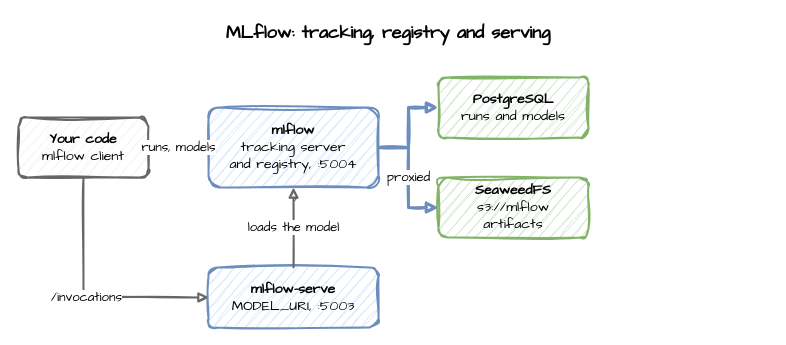
Earlier version of the draw.io diagram docs/images/path-mlflow.drawio (jaehyeon-kim/odctl). Source tidied: cells renumbered, new cells numbered last; positions are measured from the earlier drawing's top-left corner, leaving out a move shared by most shapes. Both pictures are drawn from the tidied source at 100%, with x=0, y=0 at pixel (18, 17).
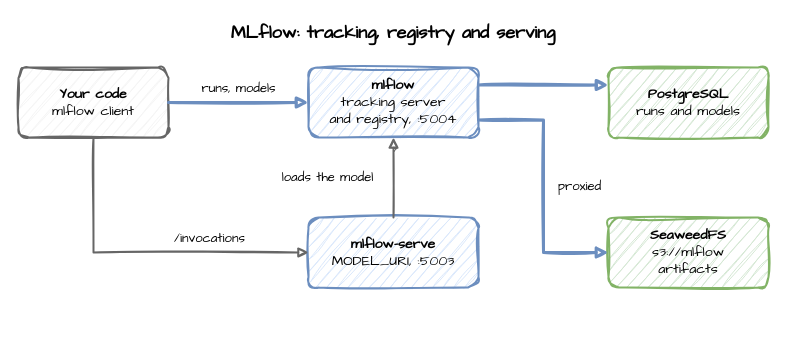
After the change.

Change to the diagram source:
```diff
@@
 <mxGraphModel>
   <root>
     <mxCell id="0" />
     <mxCell id="1" parent="0" />
     <mxCell id="2" value="MLflow: tracking, registry and serving" style="text;html=1;align=center;verticalAlign=middle;whiteSpace=wrap;fontFamily=Comic Sans MS;fontSize=18;fontStyle=1;" parent="1" vertex="1">
-      <mxGeometry width="740" height="30" as="geometry" />
+      <mxGeometry width="750" height="30" as="geometry" />
     </mxCell>
     <mxCell id="3" value="&lt;b&gt;Your code&lt;/b&gt;&lt;br&gt;mlflow client" style="rounded=1;whiteSpace=wrap;html=1;sketch=1;curveFitting=1;jiggle=2;fontFamily=Comic Sans MS;fontSize=14;strokeWidth=2;fillColor=#f5f5f5;strokeColor=#666666;" parent="1" vertex="1">
-      <mxGeometry y="100" width="130" height="60" as="geometry" />
+      <mxGeometry y="50" width="150" height="70" as="geometry" />
     </mxCell>
     <mxCell id="4" value="&lt;b&gt;mlflow&lt;/b&gt;&lt;br&gt;tracking server&lt;br&gt;and registry, :5004" style="rounded=1;whiteSpace=wrap;html=1;sketch=1;curveFitting=1;jiggle=2;fontFamily=Comic Sans MS;fontSize=14;strokeWidth=2;fillColor=#dae8fc;strokeColor=#6c8ebf;" parent="1" vertex="1">
-      <mxGeometry x="190" y="90" width="170" height="80" as="geometry" />
+      <mxGeometry x="290" y="50" width="170" height="70" as="geometry" />
     </mxCell>
     <mxCell id="5" value="&lt;b&gt;PostgreSQL&lt;/b&gt;&lt;br&gt;runs and models" style="rounded=1;whiteSpace=wrap;html=1;sketch=1;curveFitting=1;jiggle=2;fontFamily=Comic Sans MS;fontSize=14;strokeWidth=2;fillColor=#d5e8d4;strokeColor=#82b366;" parent="1" vertex="1">
-      <mxGeometry x="420" y="60" width="150" height="60" as="geometry" />
+      <mxGeometry x="590" y="50" width="160" height="70" as="geometry" />
     </mxCell>
+    <mxCell id="7" value="&lt;b&gt;mlflow-serve&lt;/b&gt;&lt;br&gt;MODEL_URI, :5003" style="rounded=1;whiteSpace=wrap;html=1;sketch=1;curveFitting=1;jiggle=2;fontFamily=Comic Sans MS;fontSize=14;strokeWidth=2;fillColor=#dae8fc;strokeColor=#6c8ebf;" parent="1" vertex="1">
+      <mxGeometry x="290" y="200" width="170" height="70" as="geometry" />
+    </mxCell>
     <mxCell id="6" value="&lt;b&gt;SeaweedFS&lt;/b&gt;&lt;br&gt;s3://mlflow&lt;br&gt;artifacts" style="rounded=1;whiteSpace=wrap;html=1;sketch=1;curveFitting=1;jiggle=2;fontFamily=Comic Sans MS;fontSize=14;strokeWidth=2;fillColor=#d5e8d4;strokeColor=#82b366;" parent="1" vertex="1">
-      <mxGeometry x="420" y="160" width="150" height="60" as="geometry" />
+      <mxGeometry x="590" y="200" width="160" height="70" as="geometry" />
     </mxCell>
-    <mxCell id="7" value="&lt;b&gt;mlflow-serve&lt;/b&gt;&lt;br&gt;MODEL_URI, :5003" style="rounded=1;whiteSpace=wrap;html=1;sketch=1;curveFitting=1;jiggle=2;fontFamily=Comic Sans MS;fontSize=14;strokeWidth=2;fillColor=#dae8fc;strokeColor=#6c8ebf;" parent="1" vertex="1">
-      <mxGeometry x="190" y="250" width="170" height="60" as="geometry" />
-    </mxCell>
     <mxCell id="8" value="runs, models" style="edgeStyle=orthogonalEdgeStyle;rounded=0;sketch=1;html=1;endArrow=block;fontFamily=Comic Sans MS;fontSize=13;labelBackgroundColor=#ffffff;strokeWidth=3;strokeColor=#6c8ebf;" parent="1" edge="1" source="3" target="4">
-      <mxGeometry relative="1" as="geometry" />
+      <mxGeometry relative="1" as="geometry">
+        <mxPoint y="-14" as="offset" />
+      </mxGeometry>
     </mxCell>
-    <mxCell id="9" style="edgeStyle=orthogonalEdgeStyle;rounded=0;sketch=1;html=1;endArrow=block;fontFamily=Comic Sans MS;fontSize=13;labelBackgroundColor=#ffffff;strokeWidth=3;strokeColor=#6c8ebf;" parent="1" edge="1" source="4" target="5">
+    <mxCell id="9" style="edgeStyle=orthogonalEdgeStyle;rounded=0;sketch=1;html=1;endArrow=block;fontFamily=Comic Sans MS;fontSize=13;labelBackgroundColor=#ffffff;strokeWidth=3;strokeColor=#6c8ebf;exitX=1;exitY=0.25;exitDx=0;exitDy=0;entryX=0;entryY=0.25;entryDx=0;entryDy=0;" parent="1" edge="1" source="4" target="5">
       <mxGeometry relative="1" as="geometry" />
     </mxCell>
-    <mxCell id="10" value="proxied" style="edgeStyle=orthogonalEdgeStyle;rounded=0;sketch=1;html=1;endArrow=block;fontFamily=Comic Sans MS;fontSize=13;labelBackgroundColor=#ffffff;strokeWidth=3;strokeColor=#6c8ebf;" parent="1" edge="1" source="4" target="6">
-      <mxGeometry relative="1" as="geometry" />
+    <mxCell id="10" value="proxied" style="edgeStyle=orthogonalEdgeStyle;rounded=0;sketch=1;html=1;endArrow=block;fontFamily=Comic Sans MS;fontSize=13;labelBackgroundColor=#ffffff;strokeWidth=3;strokeColor=#6c8ebf;exitX=1;exitY=0.75;exitDx=0;exitDy=0;entryX=0;entryY=0.5;entryDx=0;entryDy=0;" parent="1" edge="1" source="4" target="6">
+      <mxGeometry relative="1" as="geometry">
+        <Array as="points">
+          <mxPoint x="525" y="102.5" />
+          <mxPoint x="525" y="235" />
+        </Array>
+        <mxPoint x="36" as="offset" />
+      </mxGeometry>
     </mxCell>
-    <mxCell id="11" value="loads the model" style="edgeStyle=orthogonalEdgeStyle;rounded=0;sketch=1;html=1;endArrow=block;fontFamily=Comic Sans MS;fontSize=13;labelBackgroundColor=#ffffff;strokeWidth=2;strokeColor=#666666;" parent="1" edge="1" source="7" target="4">
-      <mxGeometry relative="1" as="geometry" />
+    <mxCell id="11" value="loads the model" style="edgeStyle=orthogonalEdgeStyle;rounded=0;sketch=1;html=1;endArrow=block;fontFamily=Comic Sans MS;fontSize=13;labelBackgroundColor=#ffffff;strokeWidth=2;strokeColor=#666666;exitX=0.5;exitY=0;exitDx=0;exitDy=0;entryX=0.5;entryY=1;entryDx=0;entryDy=0;" parent="1" edge="1" source="7" target="4">
+      <mxGeometry relative="1" as="geometry">
+        <mxPoint x="-66" as="offset" />
+      </mxGeometry>
     </mxCell>
     <mxCell id="12" value="/invocations" style="edgeStyle=orthogonalEdgeStyle;rounded=0;sketch=1;html=1;endArrow=block;fontFamily=Comic Sans MS;fontSize=13;labelBackgroundColor=#ffffff;strokeWidth=2;strokeColor=#666666;exitX=0.5;exitY=1;exitDx=0;exitDy=0;entryX=0;entryY=0.5;entryDx=0;entryDy=0;" parent="1" edge="1" source="3" target="7">
-      <mxGeometry relative="1" as="geometry" />
+      <mxGeometry x="0.4" relative="1" as="geometry">
+        <mxPoint y="-14" as="offset" />
+      </mxGeometry>
     </mxCell>
   </root>
 </mxGraphModel>
```
